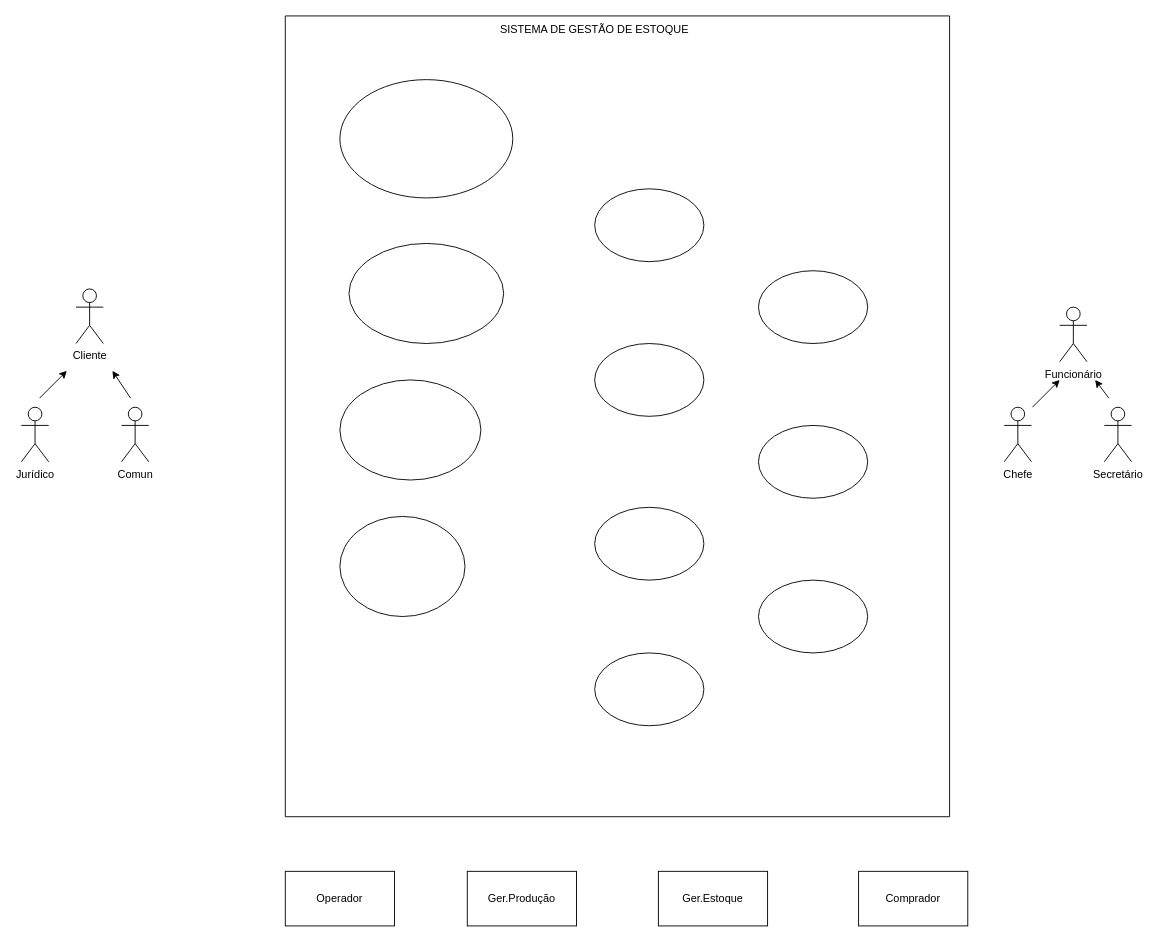
Earlier version of the draw.io diagram Caso-de-uso.drawio (gman2004-spec/Draw.io). Source tidied: cells renumbered, new cells numbered last; positions are measured from the earlier drawing's top-left corner, leaving out a move shared by most shapes. Both pictures are drawn from the tidied source at 91%, with x=0, y=0 at pixel (21, 15).
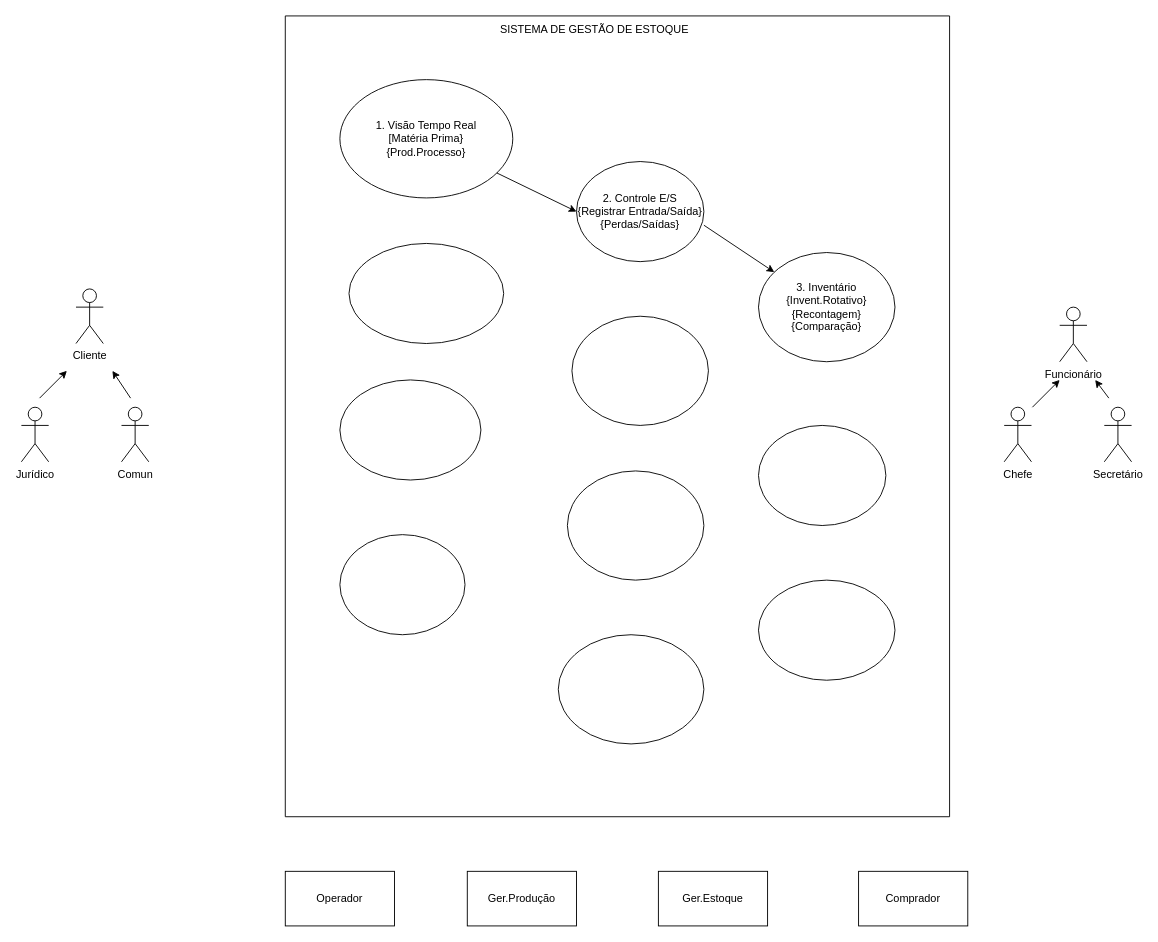
Above is the later version.

Unchanged cells that the change refers to:
```xml
<mxCell id="2" style="swimlane;startSize=0;" parent="1" vertex="1">
  <mxGeometry x="290" width="730" height="880" as="geometry" />
</mxCell>
```

Change to the diagram source:
```diff
@@
-    <mxCell id="3" style="ellipse;whiteSpace=wrap;html=1;" parent="2" vertex="1">
+    <mxCell id="3" value="1. Visão Tempo Real&lt;div&gt;[Matéria Prima}&lt;/div&gt;&lt;div&gt;{Prod.Processo}&lt;/div&gt;" style="ellipse;whiteSpace=wrap;html=1;" parent="2" vertex="1">
       <mxGeometry x="60" y="70" width="190" height="130" as="geometry" />
     </mxCell>
@@
-    <mxCell id="6" style="ellipse;whiteSpace=wrap;html=1;" parent="2" vertex="1">
-      <mxGeometry x="340" y="190" width="120" height="80" as="geometry" />
+    <mxCell id="6" value="2. Controle E/S&lt;div&gt;{Registrar Entrada/Saída}&lt;/div&gt;&lt;div&gt;{Perdas/Saídas}&lt;/div&gt;" style="ellipse;whiteSpace=wrap;html=1;" parent="2" vertex="1">
+      <mxGeometry x="320" y="160" width="140" height="110" as="geometry" />
     </mxCell>
@@
     <mxCell id="8" style="ellipse;whiteSpace=wrap;html=1;" parent="2" vertex="1">
-      <mxGeometry x="60" y="550" width="137.5" height="110" as="geometry" />
+      <mxGeometry x="60" y="570" width="137.5" height="110" as="geometry" />
     </mxCell>
     <mxCell id="9" style="ellipse;whiteSpace=wrap;html=1;" parent="2" vertex="1">
-      <mxGeometry x="340" y="360" width="120" height="80" as="geometry" />
+      <mxGeometry x="315" y="330" width="150" height="120" as="geometry" />
     </mxCell>
     <mxCell id="10" style="ellipse;whiteSpace=wrap;html=1;" parent="2" vertex="1">
-      <mxGeometry x="340" y="540" width="120" height="80" as="geometry" />
+      <mxGeometry x="310" y="500" width="150" height="120" as="geometry" />
     </mxCell>
     <mxCell id="11" style="ellipse;whiteSpace=wrap;html=1;" parent="2" vertex="1">
-      <mxGeometry x="340" y="700" width="120" height="80" as="geometry" />
+      <mxGeometry x="300" y="680" width="160" height="120" as="geometry" />
     </mxCell>
-    <mxCell id="12" style="ellipse;whiteSpace=wrap;html=1;" parent="2" vertex="1">
-      <mxGeometry x="520" y="280" width="120" height="80" as="geometry" />
+    <mxCell id="12" value="3. Inventário&lt;div&gt;{Invent.Rotativo}&lt;/div&gt;&lt;div&gt;{Recontagem}&lt;/div&gt;&lt;div&gt;{Comparação}&lt;/div&gt;" style="ellipse;whiteSpace=wrap;html=1;" parent="2" vertex="1">
+      <mxGeometry x="520" y="260" width="150" height="120" as="geometry" />
     </mxCell>
     <mxCell id="13" style="ellipse;whiteSpace=wrap;html=1;" parent="2" vertex="1">
-      <mxGeometry x="520" y="450" width="120" height="80" as="geometry" />
+      <mxGeometry x="520" y="450" width="140" height="110" as="geometry" />
     </mxCell>
     <mxCell id="14" style="ellipse;whiteSpace=wrap;html=1;" parent="2" vertex="1">
-      <mxGeometry x="520" y="620" width="120" height="80" as="geometry" />
+      <mxGeometry x="520" y="620" width="150" height="110" as="geometry" />
     </mxCell>
+    <mxCell id="29" style="endArrow=classic;html=1;rounded=0;entryX=0;entryY=0.5;entryDx=0;entryDy=0;" parent="2" edge="1" source="3" target="6">
+      <mxGeometry relative="1" as="geometry" />
+    </mxCell>
+    <mxCell id="30" style="endArrow=classic;html=1;rounded=0;exitX=1;exitY=0.636;exitDx=0;exitDy=0;exitPerimeter=0;" parent="2" edge="1" source="6" target="12">
+      <mxGeometry relative="1" as="geometry" />
+    </mxCell>
```
